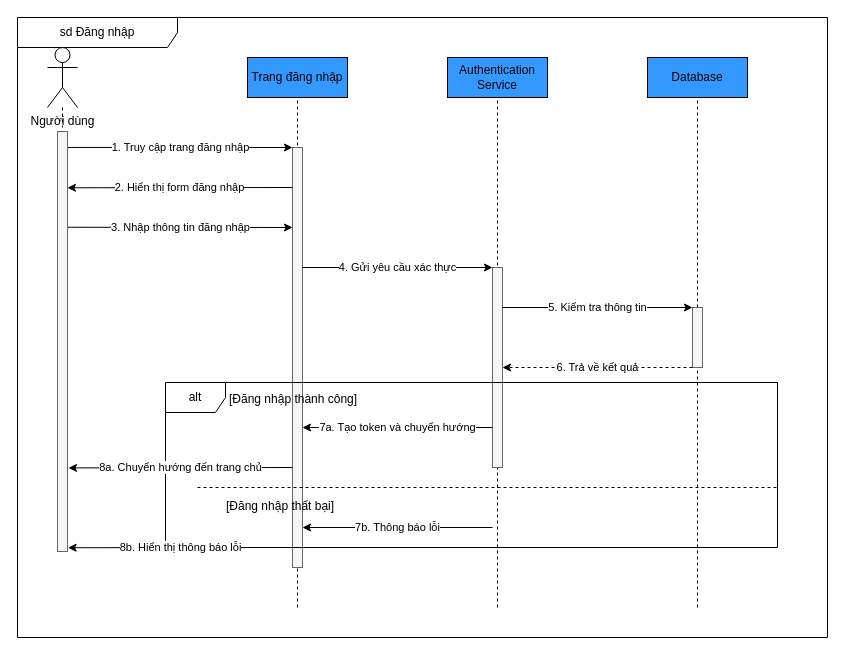
Above: Drawio/login-sequence.drawio in Katesi1/LINTU (draw.io), before the change. Source tidied: cells renumbered, new cells numbered last; positions are measured from the earlier drawing's top-left corner, leaving out a move shared by most shapes. Both pictures are drawn from the tidied source at 100%, with x=0, y=0 at pixel (17, 17).
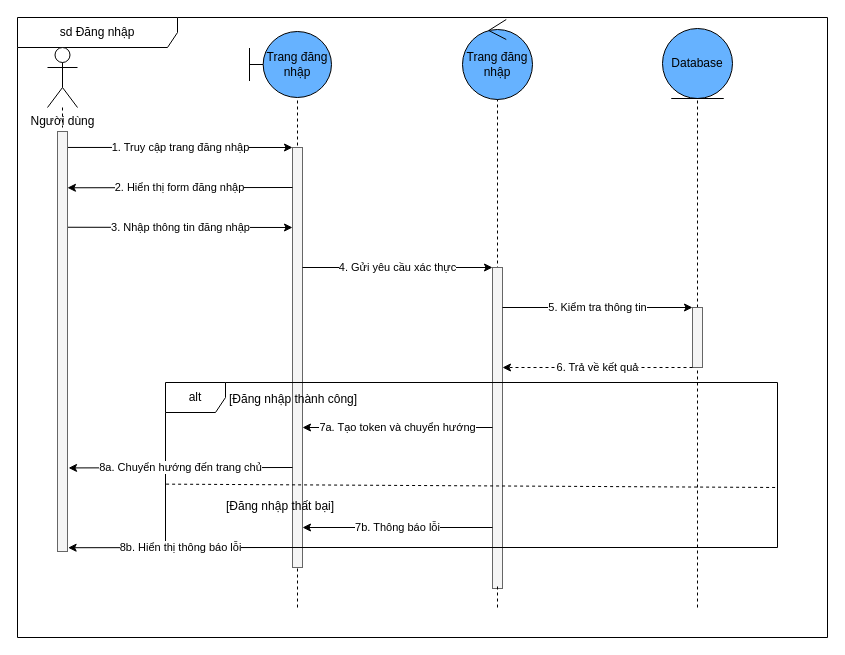
The same page after the edit.

The change refers to these unchanged cells:
```xml
<mxCell id="20" value="alt" style="shape=umlFrame;whiteSpace=wrap;html=1;" parent="1" vertex="1">
  <mxGeometry x="148" y="365" width="612" height="165" as="geometry" />
</mxCell>
```

Change to the diagram source:
```diff
@@
-    <mxCell id="4" value="Trang đăng nhập" style="rounded=0;whiteSpace=wrap;html=1;fillColor=#3399FF;fontColor=#000000;strokeColor=light-dark(#000000,#000000);gradientColor=none;strokeWidth=1;" parent="1" vertex="1">
-      <mxGeometry x="230" y="40" width="100" height="40" as="geometry" />
-    </mxCell>
-    <mxCell id="5" value="Authentication&#10;Service" style="rounded=0;whiteSpace=wrap;html=1;fillColor=#3399FF;fontColor=#000000;strokeColor=#000000;" parent="1" vertex="1">
-      <mxGeometry x="430" y="40" width="100" height="40" as="geometry" />
-    </mxCell>
-    <mxCell id="6" value="Database" style="rounded=0;whiteSpace=wrap;html=1;fillColor=#3399FF;fontColor=#000000;strokeColor=light-dark(#000000,#000000);" parent="1" vertex="1">
-      <mxGeometry x="630" y="40" width="100" height="40" as="geometry" />
-    </mxCell>
@@
     <mxCell id="9" style="endArrow=none;dashed=1;html=1;" parent="1" edge="1">
       <mxGeometry relative="1" as="geometry">
-        <mxPoint x="480" y="590" as="sourcePoint" />
+        <mxPoint x="480" y="480" as="sourcePoint" />
         <mxPoint x="480" y="80" as="targetPoint" />
       </mxGeometry>
     </mxCell>
@@
     <mxCell id="12" style="html=1;perimeter=orthogonalPerimeter;fillColor=#f5f5f5;strokeColor=#666666;" parent="1" vertex="1">
-      <mxGeometry x="475" y="250" width="10" height="200" as="geometry" />
+      <mxGeometry x="475" y="250" width="10" height="321" as="geometry" />
     </mxCell>
@@
-    <mxCell id="24" style="endArrow=none;dashed=1;html=1;" parent="1" edge="1">
+    <mxCell id="24" style="endArrow=none;dashed=1;html=1;exitX=0.001;exitY=0.616;exitDx=0;exitDy=0;exitPerimeter=0;" parent="1" edge="1" source="20">
       <mxGeometry relative="1" as="geometry">
-        <mxPoint x="180" y="470" as="sourcePoint" />
         <mxPoint x="760" y="470" as="targetPoint" />
       </mxGeometry>
     </mxCell>
@@
+    <mxCell id="29" value="Trang đăng nhập" style="shape=umlBoundary;whiteSpace=wrap;html=1;fillColor=#66B2FF;" parent="1" vertex="1">
+      <mxGeometry x="232" y="14" width="82" height="66" as="geometry" />
+    </mxCell>
+    <mxCell id="30" value="Trang đăng nhập" style="ellipse;shape=umlControl;whiteSpace=wrap;html=1;fillColor=#66B2FF;" parent="1" vertex="1">
+      <mxGeometry x="445" y="2" width="70" height="80" as="geometry" />
+    </mxCell>
+    <mxCell id="6" value="Database" style="ellipse;shape=umlEntity;whiteSpace=wrap;html=1;fillColor=#66B2FF;" parent="1" vertex="1">
+      <mxGeometry x="645" y="11" width="70" height="70" as="geometry" />
+    </mxCell>
+    <mxCell id="31" style="endArrow=none;dashed=1;html=1;" parent="1" edge="1">
+      <mxGeometry relative="1" as="geometry">
+        <mxPoint x="480" y="590" as="sourcePoint" />
+        <mxPoint x="480" y="567" as="targetPoint" />
+      </mxGeometry>
+    </mxCell>
```
